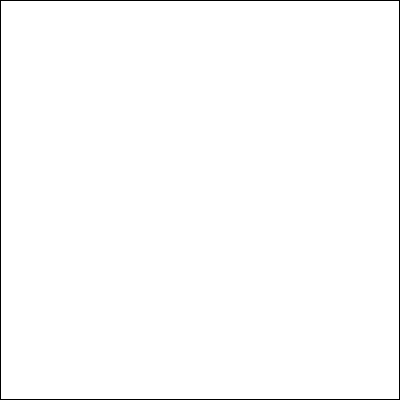
Above: casos de uso biblioteca.drawio.png in GermanOjeda/Tarea-ETS (draw.io), before the change. Source tidied: cells renumbered, new cells last; positions are measured from the earlier drawing's top-left corner, leaving out a move shared by most shapes. The source it was exported from:
```xml
<mxGraphModel>
  <root>
    <mxCell id="0" />
    <mxCell id="1" parent="0" />
    <mxCell id="2" style="whiteSpace=wrap;html=1;" parent="1" vertex="1">
      <mxGeometry width="399" height="399" as="geometry" />
    </mxCell>
  </root>
</mxGraphModel>
```
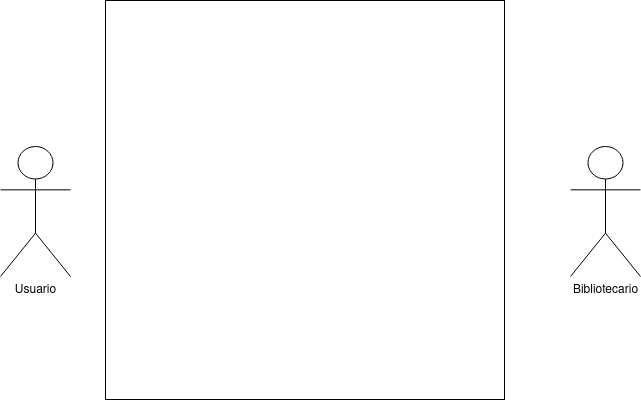
The same file after the commit.

Change to the diagram source:
```diff
@@ -5,5 +5,11 @@
     <mxCell id="2" style="whiteSpace=wrap;html=1;" parent="1" vertex="1">
       <mxGeometry width="399" height="399" as="geometry" />
     </mxCell>
+    <mxCell id="3" value="&lt;div&gt;Usuario&lt;/div&gt;" style="shape=umlActor;verticalLabelPosition=bottom;verticalAlign=top;html=1;" parent="1" vertex="1">
+      <mxGeometry x="-105" y="146" width="70" height="130" as="geometry" />
+    </mxCell>
+    <mxCell id="4" value="&lt;div&gt;Bibliotecario&lt;/div&gt;&lt;div&gt;&lt;br&gt;&lt;/div&gt;" style="shape=umlActor;verticalLabelPosition=bottom;verticalAlign=top;html=1;" parent="1" vertex="1">
+      <mxGeometry x="465" y="146" width="70" height="130" as="geometry" />
+    </mxCell>
   </root>
 </mxGraphModel>
```
